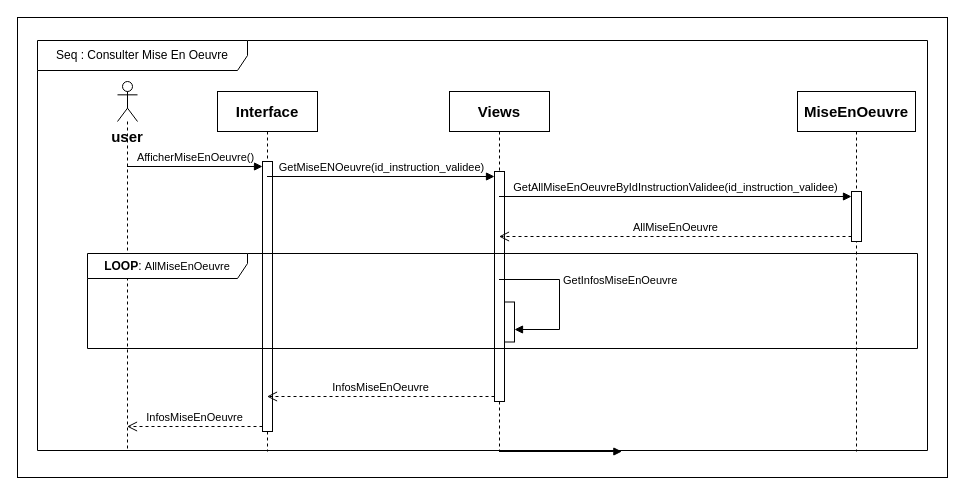
Before: Seq_consulter_miseoeuvre.drawio in CabrelFeukeng/pp, a draw.io diagram. Source tidied: cells renumbered, new cells numbered last; positions are measured from the earlier drawing's top-left corner, leaving out a move shared by most shapes. Both pictures are drawn from the tidied source at 100%, with x=0, y=0 at pixel (17, 17).
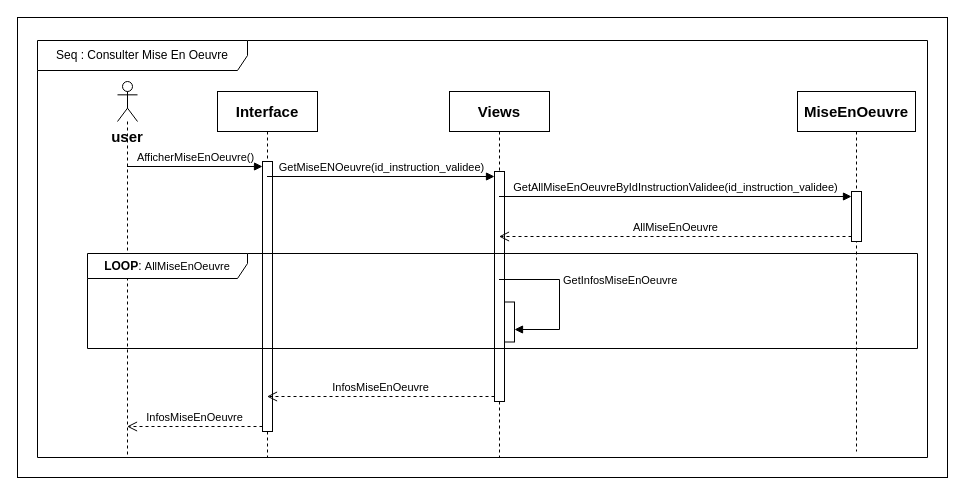
After the change.

Commit message (it also covers changes not shown here):
Mettre à jour Seq_consulter_miseoeuvre.drawio

Change to the diagram source:
```diff
@@
     <mxCell id="3" style="shape=umlLifeline;perimeter=lifelinePerimeter;whiteSpace=wrap;html=1;outlineConnect=0;portConstraint=eastwest;newEdgeStyle={&quot;curved&quot;:0,&quot;rounded&quot;:0};participant=umlActor;" parent="1" vertex="1">
-      <mxGeometry x="100" y="64" width="20" height="370" as="geometry" />
+      <mxGeometry x="100" y="64" width="20" height="376" as="geometry" />
     </mxCell>
     <mxCell id="4" value="&lt;b&gt;&lt;font style=&quot;font-size: 15px;&quot;&gt;Interface&lt;/font&gt;&lt;/b&gt;" style="shape=umlLifeline;perimeter=lifelinePerimeter;whiteSpace=wrap;html=1;outlineConnect=0;portConstraint=eastwest;newEdgeStyle={&quot;curved&quot;:0,&quot;rounded&quot;:0};" parent="1" vertex="1">
-      <mxGeometry x="200" y="74" width="100" height="360" as="geometry" />
+      <mxGeometry x="200" y="74" width="100" height="366" as="geometry" />
     </mxCell>
@@
     <mxCell id="6" value="&lt;b&gt;&lt;font style=&quot;font-size: 15px;&quot;&gt;Views&lt;/font&gt;&lt;/b&gt;" style="shape=umlLifeline;perimeter=lifelinePerimeter;whiteSpace=wrap;html=1;outlineConnect=0;portConstraint=eastwest;newEdgeStyle={&quot;curved&quot;:0,&quot;rounded&quot;:0};" parent="1" vertex="1">
-      <mxGeometry x="432" y="74" width="100" height="360" as="geometry" />
+      <mxGeometry x="432" y="74" width="100" height="366" as="geometry" />
     </mxCell>
@@
-    <mxCell id="15" style="html=1;verticalAlign=bottom;endArrow=block;curved=0;rounded=0;" parent="1" edge="1" source="6">
-      <mxGeometry relative="1" as="geometry">
-        <mxPoint x="604.4" y="434" as="targetPoint" />
-      </mxGeometry>
-    </mxCell>
@@
     <mxCell id="20" value="Seq : Consulter Mise En Oeuvre" style="shape=umlFrame;whiteSpace=wrap;html=1;width=210;height=30;" parent="1" vertex="1">
-      <mxGeometry x="20" y="23" width="890" height="410" as="geometry" />
+      <mxGeometry x="20" y="23" width="890" height="417" as="geometry" />
     </mxCell>
```
